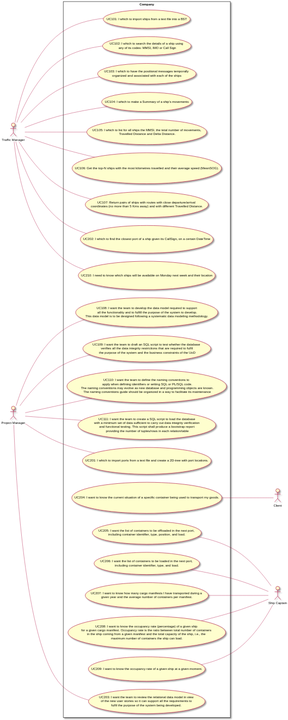
0franciscor/lapr3-2021-g042 keeps this PlantUML diagram as docs/UCD.svg. Above is the earlier version.
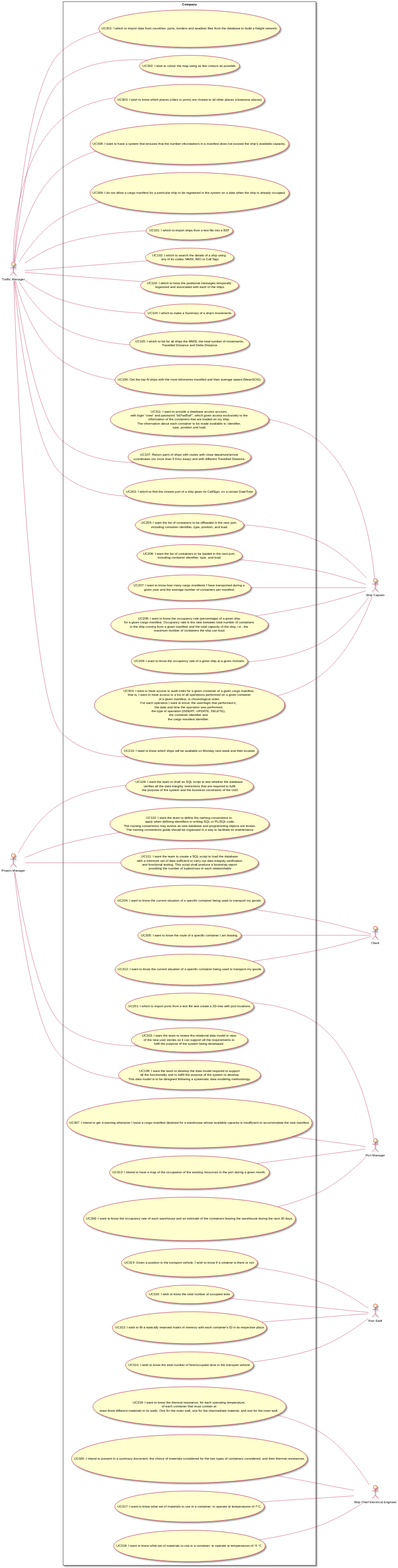
The same diagram one commit later.

Commit message:
G42-154 #time 1h #comment UCD .puml and .svg finished. Changes could be made.

The edit, as a diff of the source:
```diff
@@ -1,9 +1,12 @@
 @startuml
 left to right direction
 actor "Traffic Manager" as TM
-actor "Project Manager" as PM
+actor "Port Manager" as PM
+actor "Project Manager" as M
 actor "Client" as C
 actor "Ship Captain" as SC
+actor "Port Staff" as PS
+actor "Ship Chief Electrical Engineer" as SCEE
 
 rectangle Company{
 
@@ -29,6 +32,30 @@
 usecase "UC208: I want to know the occupancy rate (percentage) of a given ship \nfor a given cargo manifest. Occupancy rate is the ratio between total number of containers \nin the ship coming from a given manifest and the total capacity of the ship, i.e., the \nmaximum number of containers the ship can load." as UC208
 usecase "UC209: I want to know the occupancy rate of a given ship at a given moment." as UC209
 usecase "UC210: I need to know which ships will be available on Monday next week and their location" as UC210
+
+usecase "UC301: I which to import data from countries, ports, borders and seadists files from the database to build a freight network." as UC301
+usecase "UC302: I wish to colour the map using as few colours as possible." as UC302
+usecase "UC303: I wish to know which places (cities or ports) are closest to all other places (closeness places)" as UC303
+usecase "UC304: I want to have access to audit trails for a given container of a given cargo manifest,\n that is, I want to have access to a list of all operations performed on a given container\n of a given manifest, in chronological order.\nFor each operation I want to know: the user/login that performed it, \n the date and time the operation was performed, \nthe type of operation (INSERT, UPDATE, DELETE), \nthe container identifier and \nthe cargo manifest identifier. " as UC304
+usecase "UC305: I want to know the route of a specific container I am leasing." as UC305
+usecase "UC306: I want to know the occupancy rate of each warehouse and an estimate of the containers leaving the warehouse during the next 30 days." as UC306
+usecase "UC307: I intend to get a warning whenever I issue a cargo manifest destined for a warehouse whose available capacity is insufficient to accommodate the new manifest." as UC307
+usecase "UC308: I want to have a system that ensures that the number ofcontainers in a manifest does not exceed the ship's available capacity. " as UC308
+usecase "UC309: I do not allow a cargo manifest for a particular ship to be registered in the system on a date when the ship is already occupied. " as UC309
+usecase "UC310: I intend to have a map of the occupation of the existing resources in the port during a given month. " as UC310
+
+usecase "UC311: I want to provide a database access account, \nwith login “crew” and password “bd7wd5aF”, which gives access exclusively to the \ninformation of the containers that are loaded on my ship. \nThe information about each container to be made available is: identifier, \ntype, position and load." as UC311
+usecase "UC312: I want to know the current situation of a specific container being used to transport my goods" as UC312
+usecase "UC313: I wish to fill a statically reserved matrix in memory with each container's ID in its respective place" as UC313
+usecase "UC314: I wish to know the total number of free/occupied slots in the transport vehicle." as UC314
+usecase "UC315: Given a position in the transport vehicle, I wish to know if a ontainer is there or not." as UC315
+usecase "UC316: I wish to know the total number of occupied slots" as UC316
+usecase "UC317: I want to know what set of materials to use in a container, to operate at temperatures of 7°C." as UC317
+usecase "UC318: I want to know what set of materials to use in a container, to operate at temperatures of -5 °C." as UC318
+usecase "UC319: I want to know the thermal resistance, for each operating temperature, \nof each container that must contain at \nleast three different materials in its walls. One for the outer wall, one for the intermediate material, and one for the inner wall. " as UC319
+usecase "UC320:  I intend to present in a summary document, the choice of materials considered for the two types of containers considered, and their thermal resistances." as UC320
+
+
 }
 
 TM-----UC101
@@ -38,14 +65,14 @@
 TM----UC105
 TM----UC106
 TM----UC107
-PM----UC108
-PM----UC109
-PM----UC110
-PM----UC111
+M----UC108
+M----UC109
+M----UC110
+M----UC111
 
 UC201 ---- PM
 UC202 ---- TM
-UC203 ---- PM
+UC203 ---- M
 UC204 ---- C
 UC205 ---- SC
 UC206 ---- SC
@@ -55,5 +82,28 @@
 UC210 ---- TM
 
 
+UC301 ---- TM
+UC302 ---- TM
+UC303 ---- TM
+UC304 ---- SC
+UC305 ---- C
+UC306 ---- PM
+UC307 ---- PM
+UC308 ---- TM
+UC309 ---- TM
+UC310 ---- PM
+UC311 ---- SC
+UC312 ---- C
+UC313 ---- PS
+UC314 ---- PS
+UC315 ---- PS
+UC316 ---- PS
+UC317 ---- SCEE
+UC318 ---- SCEE
+UC319 ---- SCEE
+UC320 ---- SCEE
+
+
+
 
 @enduml
```
